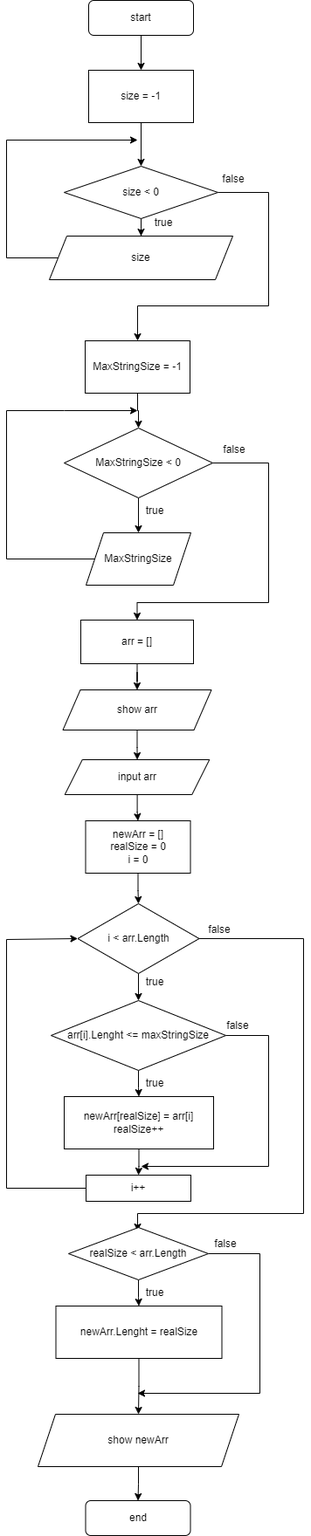
Before: BlockSchema.png, a diagram exported from draw.io (granddizzy/TestWorkFirstQuarter). Source tidied: cells renumbered, new cells last; positions are measured from the earlier drawing's top-left corner, leaving out a move shared by most shapes.
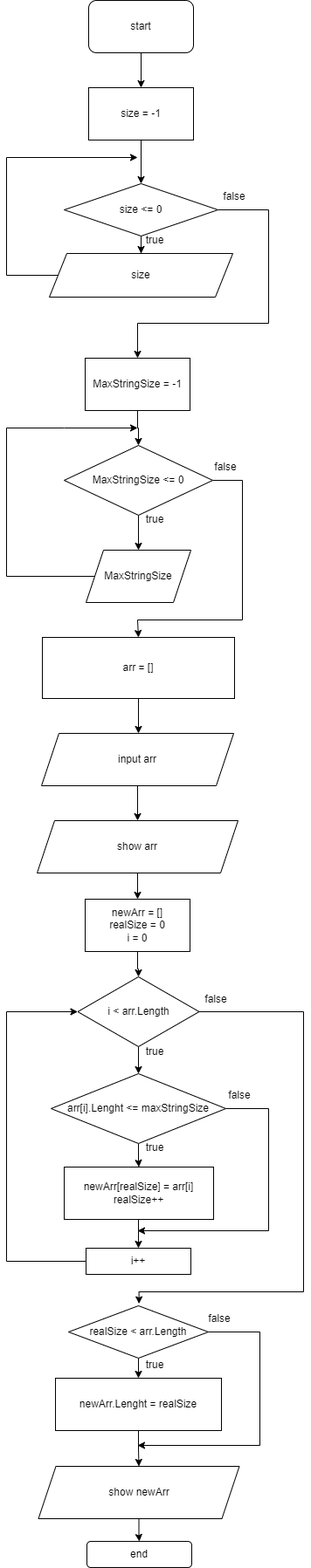
After the commit.

Commit message:
update: BlockSchema, README, show array

Change to the diagram source:
```diff
@@ -6,7 +6,7 @@
       <mxGeometry relative="1" as="geometry" />
     </mxCell>
     <mxCell id="3" value="start" style="rounded=1;whiteSpace=wrap;html=1;" parent="1" vertex="1">
-      <mxGeometry x="94" width="120" height="40" as="geometry" />
+      <mxGeometry x="94" y="-20" width="120" height="60" as="geometry" />
     </mxCell>
     <mxCell id="4" style="edgeStyle=orthogonalEdgeStyle;rounded=0;jettySize=auto;html=1;" parent="1" edge="1" source="5" target="8">
       <mxGeometry relative="1" as="geometry" />
@@ -26,7 +26,7 @@
         </Array>
       </mxGeometry>
     </mxCell>
-    <mxCell id="8" value="size &amp;lt; 0" style="rhombus;whiteSpace=wrap;html=1;" parent="1" vertex="1">
+    <mxCell id="8" value="size &amp;lt;= 0" style="rhombus;whiteSpace=wrap;html=1;" parent="1" vertex="1">
       <mxGeometry x="66" y="190" width="176" height="60" as="geometry" />
     </mxCell>
     <mxCell id="9" style="edgeStyle=orthogonalEdgeStyle;rounded=0;jettySize=auto;html=1;" parent="1" edge="1" source="10">
@@ -53,13 +53,14 @@
     <mxCell id="14" style="edgeStyle=orthogonalEdgeStyle;rounded=0;jettySize=auto;html=1;entryX=0.5;entryY=0;entryDx=0;entryDy=0;" parent="1" edge="1" source="15" target="19">
       <mxGeometry relative="1" as="geometry">
         <Array as="points">
-          <mxPoint x="300" y="530" />
-          <mxPoint x="300" y="690" />
+          <mxPoint x="270" y="530" />
+          <mxPoint x="270" y="690" />
           <mxPoint x="150" y="690" />
+          <mxPoint x="150" y="710" />
         </Array>
       </mxGeometry>
     </mxCell>
-    <mxCell id="15" value="MaxStringSize &amp;lt; 0" style="rhombus;whiteSpace=wrap;html=1;" parent="1" vertex="1">
+    <mxCell id="15" value="MaxStringSize &amp;lt;= 0" style="rhombus;whiteSpace=wrap;html=1;" parent="1" vertex="1">
       <mxGeometry x="66" y="490" width="170" height="80" as="geometry" />
     </mxCell>
     <mxCell id="16" style="edgeStyle=orthogonalEdgeStyle;rounded=0;jettySize=auto;html=1;" parent="1" edge="1" source="17">
@@ -75,137 +76,142 @@
     <mxCell id="17" value="MaxStringSize" style="shape=parallelogram;perimeter=parallelogramPerimeter;whiteSpace=wrap;html=1;fixedSize=1;" parent="1" vertex="1">
       <mxGeometry x="91" y="610" width="120" height="60" as="geometry" />
     </mxCell>
-    <mxCell id="18" style="edgeStyle=orthogonalEdgeStyle;rounded=0;jettySize=auto;html=1;entryX=0.5;entryY=0;entryDx=0;entryDy=0;" parent="1" edge="1" source="19" target="21">
-      <mxGeometry relative="1" as="geometry" />
-    </mxCell>
+    <mxCell id="54" style="edgeStyle=orthogonalEdgeStyle;rounded=0;jettySize=auto;html=1;" parent="1" edge="1" source="19">
+      <mxGeometry relative="1" as="geometry">
+        <mxPoint x="151" y="820" as="targetPoint" />
+      </mxGeometry>
+    </mxCell>
     <mxCell id="19" value="arr = []" style="rounded=0;whiteSpace=wrap;html=1;" parent="1" vertex="1">
-      <mxGeometry x="85" y="710" width="129" height="50" as="geometry" />
+      <mxGeometry x="41" y="710" width="220" height="70" as="geometry" />
     </mxCell>
     <mxCell id="20" style="edgeStyle=orthogonalEdgeStyle;rounded=0;jettySize=auto;html=1;" parent="1" edge="1" source="21" target="23">
       <mxGeometry relative="1" as="geometry" />
     </mxCell>
-    <mxCell id="21" value="show arr" style="shape=parallelogram;perimeter=parallelogramPerimeter;whiteSpace=wrap;html=1;fixedSize=1;" parent="1" vertex="1">
-      <mxGeometry x="64.5" y="790" width="170" height="46" as="geometry" />
+    <mxCell id="21" value="input arr" style="shape=parallelogram;perimeter=parallelogramPerimeter;whiteSpace=wrap;html=1;fixedSize=1;" parent="1" vertex="1">
+      <mxGeometry x="40" y="820" width="220" height="60" as="geometry" />
     </mxCell>
     <mxCell id="22" style="edgeStyle=orthogonalEdgeStyle;rounded=0;jettySize=auto;html=1;" parent="1" edge="1" source="23" target="25">
       <mxGeometry relative="1" as="geometry" />
     </mxCell>
-    <mxCell id="23" value="input arr" style="shape=parallelogram;perimeter=parallelogramPerimeter;whiteSpace=wrap;html=1;fixedSize=1;" parent="1" vertex="1">
-      <mxGeometry x="66.8" y="870" width="165.5" height="40" as="geometry" />
+    <mxCell id="23" value="show arr" style="shape=parallelogram;perimeter=parallelogramPerimeter;whiteSpace=wrap;html=1;fixedSize=1;" parent="1" vertex="1">
+      <mxGeometry x="35" y="920" width="230" height="60" as="geometry" />
     </mxCell>
     <mxCell id="24" style="edgeStyle=orthogonalEdgeStyle;rounded=0;jettySize=auto;html=1;" parent="1" edge="1" source="25" target="28">
       <mxGeometry relative="1" as="geometry" />
     </mxCell>
     <mxCell id="25" value="newArr = []&lt;br&gt;realSize = 0&lt;br&gt;i = 0" style="rounded=0;whiteSpace=wrap;html=1;" parent="1" vertex="1">
-      <mxGeometry x="90.5" y="940" width="120" height="60" as="geometry" />
+      <mxGeometry x="90" y="1010" width="120" height="60" as="geometry" />
     </mxCell>
     <mxCell id="26" style="edgeStyle=orthogonalEdgeStyle;rounded=0;jettySize=auto;html=1;" parent="1" edge="1" source="28" target="31">
       <mxGeometry relative="1" as="geometry" />
     </mxCell>
-    <mxCell id="27" style="edgeStyle=orthogonalEdgeStyle;rounded=0;jettySize=auto;html=1;entryX=0.494;entryY=0.067;entryDx=0;entryDy=0;entryPerimeter=0;" parent="1" edge="1" source="28" target="36">
+    <mxCell id="27" style="edgeStyle=orthogonalEdgeStyle;rounded=0;jettySize=auto;html=1;entryX=0.504;entryY=-0.04;entryDx=0;entryDy=0;entryPerimeter=0;" parent="1" edge="1" source="28" target="36">
       <mxGeometry relative="1" as="geometry">
         <Array as="points">
-          <mxPoint x="340" y="1075" />
-          <mxPoint x="340" y="1390" />
-          <mxPoint x="150" y="1390" />
+          <mxPoint x="340" y="1139" />
+          <mxPoint x="340" y="1460" />
+          <mxPoint x="152" y="1460" />
         </Array>
       </mxGeometry>
     </mxCell>
     <mxCell id="28" value="i &amp;lt; arr.Length" style="rhombus;whiteSpace=wrap;html=1;" parent="1" vertex="1">
-      <mxGeometry x="81.5" y="1035" width="139" height="80" as="geometry" />
+      <mxGeometry x="81.5" y="1099" width="139" height="80" as="geometry" />
     </mxCell>
     <mxCell id="29" style="edgeStyle=orthogonalEdgeStyle;rounded=0;jettySize=auto;html=1;" parent="1" edge="1" source="31" target="33">
       <mxGeometry relative="1" as="geometry" />
     </mxCell>
-    <mxCell id="30" style="edgeStyle=orthogonalEdgeStyle;rounded=0;jettySize=auto;html=1;" parent="1" edge="1" source="31">
-      <mxGeometry relative="1" as="geometry">
-        <mxPoint x="154" y="1336" as="targetPoint" />
-        <Array as="points">
-          <mxPoint x="300" y="1186" />
-          <mxPoint x="300" y="1336" />
-        </Array>
-      </mxGeometry>
-    </mxCell>
+    <mxCell id="55" style="edgeStyle=orthogonalEdgeStyle;rounded=0;jettySize=auto;html=1;" parent="1" edge="1" source="31">
+      <mxGeometry relative="1" as="geometry">
+        <mxPoint x="150" y="1390" as="targetPoint" />
+        <Array as="points">
+          <mxPoint x="300" y="1250" />
+          <mxPoint x="300" y="1390" />
+        </Array>
+      </mxGeometry>
+    </mxCell>
     <mxCell id="31" value="arr[i].Lenght &amp;lt;= maxStringSize" style="rhombus;whiteSpace=wrap;html=1;" parent="1" vertex="1">
-      <mxGeometry x="51" y="1146" width="200" height="80" as="geometry" />
+      <mxGeometry x="51" y="1210" width="200" height="80" as="geometry" />
     </mxCell>
-    <mxCell id="32" style="edgeStyle=orthogonalEdgeStyle;rounded=0;jettySize=auto;html=1;" parent="1" edge="1" source="33" target="43">
-      <mxGeometry relative="1" as="geometry" />
+    <mxCell id="32" style="edgeStyle=orthogonalEdgeStyle;rounded=0;jettySize=auto;html=1;entryX=0.5;entryY=0;entryDx=0;entryDy=0;" parent="1" edge="1" source="33" target="43">
+      <mxGeometry relative="1" as="geometry">
+        <Array as="points">
+          <mxPoint x="152" y="1390" />
+        </Array>
+      </mxGeometry>
     </mxCell>
     <mxCell id="33" value="newArr[realSize] = arr[i]&lt;br&gt;realSize++" style="rounded=0;whiteSpace=wrap;html=1;" parent="1" vertex="1">
-      <mxGeometry x="66" y="1256" width="171" height="60" as="geometry" />
+      <mxGeometry x="66" y="1317" width="171" height="60" as="geometry" />
     </mxCell>
     <mxCell id="34" style="edgeStyle=orthogonalEdgeStyle;rounded=0;jettySize=auto;html=1;" parent="1" edge="1" source="36" target="38">
       <mxGeometry relative="1" as="geometry" />
     </mxCell>
     <mxCell id="35" style="edgeStyle=orthogonalEdgeStyle;rounded=0;jettySize=auto;html=1;exitX=1;exitY=0.5;exitDx=0;exitDy=0;" parent="1" edge="1" source="36">
       <mxGeometry relative="1" as="geometry">
-        <mxPoint x="150" y="1596" as="targetPoint" />
+        <mxPoint x="150" y="1636" as="targetPoint" />
         <Array as="points">
-          <mxPoint x="290" y="1436" />
-          <mxPoint x="290" y="1596" />
+          <mxPoint x="290" y="1506" />
+          <mxPoint x="290" y="1636" />
         </Array>
       </mxGeometry>
     </mxCell>
     <mxCell id="36" value="realSize &amp;lt; arr.Length" style="rhombus;whiteSpace=wrap;html=1;" parent="1" vertex="1">
-      <mxGeometry x="71" y="1406" width="160" height="60" as="geometry" />
+      <mxGeometry x="71" y="1476" width="160" height="60" as="geometry" />
     </mxCell>
     <mxCell id="37" style="edgeStyle=orthogonalEdgeStyle;rounded=0;jettySize=auto;html=1;" parent="1" edge="1" source="38" target="40">
       <mxGeometry relative="1" as="geometry" />
     </mxCell>
     <mxCell id="38" value="newArr.Lenght = realSize" style="rounded=0;whiteSpace=wrap;html=1;" parent="1" vertex="1">
-      <mxGeometry x="56.5" y="1496" width="190" height="60" as="geometry" />
+      <mxGeometry x="56" y="1559" width="190" height="60" as="geometry" />
     </mxCell>
     <mxCell id="39" style="edgeStyle=orthogonalEdgeStyle;rounded=0;jettySize=auto;html=1;" parent="1" edge="1" source="40" target="41">
       <mxGeometry relative="1" as="geometry" />
     </mxCell>
     <mxCell id="40" value="show newArr" style="shape=parallelogram;perimeter=parallelogramPerimeter;whiteSpace=wrap;html=1;fixedSize=1;" parent="1" vertex="1">
-      <mxGeometry x="36" y="1620" width="230" height="60" as="geometry" />
+      <mxGeometry x="36.5" y="1660" width="230" height="60" as="geometry" />
     </mxCell>
     <mxCell id="41" value="end" style="rounded=1;whiteSpace=wrap;html=1;" parent="1" vertex="1">
-      <mxGeometry x="90.5" y="1719" width="120" height="40" as="geometry" />
+      <mxGeometry x="92" y="1746" width="120" height="30" as="geometry" />
     </mxCell>
     <mxCell id="42" style="edgeStyle=orthogonalEdgeStyle;rounded=0;jettySize=auto;html=1;entryX=0;entryY=0.5;entryDx=0;entryDy=0;" parent="1" edge="1" source="43" target="28">
       <mxGeometry relative="1" as="geometry">
         <Array as="points">
-          <mxPoint y="1361" />
-          <mxPoint y="1076" />
-          <mxPoint x="82" y="1076" />
+          <mxPoint y="1425" />
+          <mxPoint y="1139" />
         </Array>
       </mxGeometry>
     </mxCell>
     <mxCell id="43" value="i++" style="rounded=0;whiteSpace=wrap;html=1;" parent="1" vertex="1">
-      <mxGeometry x="91" y="1346" width="120" height="30" as="geometry" />
+      <mxGeometry x="91" y="1410" width="120" height="30" as="geometry" />
     </mxCell>
-    <mxCell id="44" value="false" style="text;html=1;strokeColor=none;fillColor=none;align=center;verticalAlign=middle;whiteSpace=wrap;rounded=0;" parent="1" vertex="1">
-      <mxGeometry x="230" y="190" width="60" height="30" as="geometry" />
-    </mxCell>
-    <mxCell id="45" value="true" style="text;html=1;strokeColor=none;fillColor=none;align=center;verticalAlign=middle;whiteSpace=wrap;rounded=0;" parent="1" vertex="1">
-      <mxGeometry x="150" y="240" width="60" height="30" as="geometry" />
-    </mxCell>
-    <mxCell id="46" value="true" style="text;html=1;strokeColor=none;fillColor=none;align=center;verticalAlign=middle;whiteSpace=wrap;rounded=0;" parent="1" vertex="1">
-      <mxGeometry x="140" y="570" width="60" height="30" as="geometry" />
-    </mxCell>
-    <mxCell id="47" value="false" style="text;html=1;strokeColor=none;fillColor=none;align=center;verticalAlign=middle;whiteSpace=wrap;rounded=0;" parent="1" vertex="1">
-      <mxGeometry x="231" y="499.5" width="60" height="30" as="geometry" />
-    </mxCell>
-    <mxCell id="48" value="true" style="text;html=1;strokeColor=none;fillColor=none;align=center;verticalAlign=middle;whiteSpace=wrap;rounded=0;" parent="1" vertex="1">
-      <mxGeometry x="140" y="1110" width="60" height="30" as="geometry" />
-    </mxCell>
-    <mxCell id="49" value="false" style="text;html=1;strokeColor=none;fillColor=none;align=center;verticalAlign=middle;whiteSpace=wrap;rounded=0;" parent="1" vertex="1">
-      <mxGeometry x="214" y="1050" width="60" height="30" as="geometry" />
-    </mxCell>
-    <mxCell id="50" value="true" style="text;html=1;strokeColor=none;fillColor=none;align=center;verticalAlign=middle;whiteSpace=wrap;rounded=0;" parent="1" vertex="1">
-      <mxGeometry x="140" y="1226" width="60" height="30" as="geometry" />
-    </mxCell>
-    <mxCell id="51" value="false" style="text;html=1;strokeColor=none;fillColor=none;align=center;verticalAlign=middle;whiteSpace=wrap;rounded=0;" parent="1" vertex="1">
-      <mxGeometry x="234.5" y="1160" width="60" height="30" as="geometry" />
-    </mxCell>
-    <mxCell id="52" value="true" style="text;html=1;strokeColor=none;fillColor=none;align=center;verticalAlign=middle;whiteSpace=wrap;rounded=0;" parent="1" vertex="1">
-      <mxGeometry x="140" y="1466" width="60" height="30" as="geometry" />
-    </mxCell>
-    <mxCell id="53" value="false" style="text;html=1;strokeColor=none;fillColor=none;align=center;verticalAlign=middle;whiteSpace=wrap;rounded=0;" parent="1" vertex="1">
-      <mxGeometry x="220.5" y="1410" width="60" height="30" as="geometry" />
-    </mxCell>
+    <mxCell id="56" value="true" style="text;html=1;strokeColor=none;fillColor=none;align=center;verticalAlign=middle;whiteSpace=wrap;rounded=0;" parent="1" vertex="1">
+      <mxGeometry x="140" y="240" width="60" height="30" as="geometry" />
+    </mxCell>
+    <mxCell id="57" value="false" style="text;html=1;strokeColor=none;fillColor=none;align=center;verticalAlign=middle;whiteSpace=wrap;rounded=0;" parent="1" vertex="1">
+      <mxGeometry x="231" y="190" width="60" height="30" as="geometry" />
+    </mxCell>
+    <mxCell id="58" value="true" style="text;html=1;strokeColor=none;fillColor=none;align=center;verticalAlign=middle;whiteSpace=wrap;rounded=0;" parent="1" vertex="1">
+      <mxGeometry x="140" y="560" width="60" height="30" as="geometry" />
+    </mxCell>
+    <mxCell id="59" value="false" style="text;html=1;strokeColor=none;fillColor=none;align=center;verticalAlign=middle;whiteSpace=wrap;rounded=0;" parent="1" vertex="1">
+      <mxGeometry x="220.5" y="499.5" width="60" height="30" as="geometry" />
+    </mxCell>
+    <mxCell id="60" value="false" style="text;html=1;strokeColor=none;fillColor=none;align=center;verticalAlign=middle;whiteSpace=wrap;rounded=0;" parent="1" vertex="1">
+      <mxGeometry x="210" y="1110" width="60" height="30" as="geometry" />
+    </mxCell>
+    <mxCell id="61" value="false" style="text;html=1;strokeColor=none;fillColor=none;align=center;verticalAlign=middle;whiteSpace=wrap;rounded=0;" parent="1" vertex="1">
+      <mxGeometry x="237" y="1220" width="60" height="30" as="geometry" />
+    </mxCell>
+    <mxCell id="62" value="true" style="text;html=1;strokeColor=none;fillColor=none;align=center;verticalAlign=middle;whiteSpace=wrap;rounded=0;" parent="1" vertex="1">
+      <mxGeometry x="140" y="1170" width="60" height="30" as="geometry" />
+    </mxCell>
+    <mxCell id="63" value="true" style="text;html=1;strokeColor=none;fillColor=none;align=center;verticalAlign=middle;whiteSpace=wrap;rounded=0;" parent="1" vertex="1">
+      <mxGeometry x="140" y="1280" width="60" height="30" as="geometry" />
+    </mxCell>
+    <mxCell id="64" value="true" style="text;html=1;strokeColor=none;fillColor=none;align=center;verticalAlign=middle;whiteSpace=wrap;rounded=0;" parent="1" vertex="1">
+      <mxGeometry x="140" y="1529" width="60" height="30" as="geometry" />
+    </mxCell>
+    <mxCell id="65" value="false" style="text;html=1;strokeColor=none;fillColor=none;align=center;verticalAlign=middle;whiteSpace=wrap;rounded=0;" parent="1" vertex="1">
+      <mxGeometry x="214" y="1476" width="60" height="30" as="geometry" />
+    </mxCell>
   </root>
 </mxGraphModel>
```
